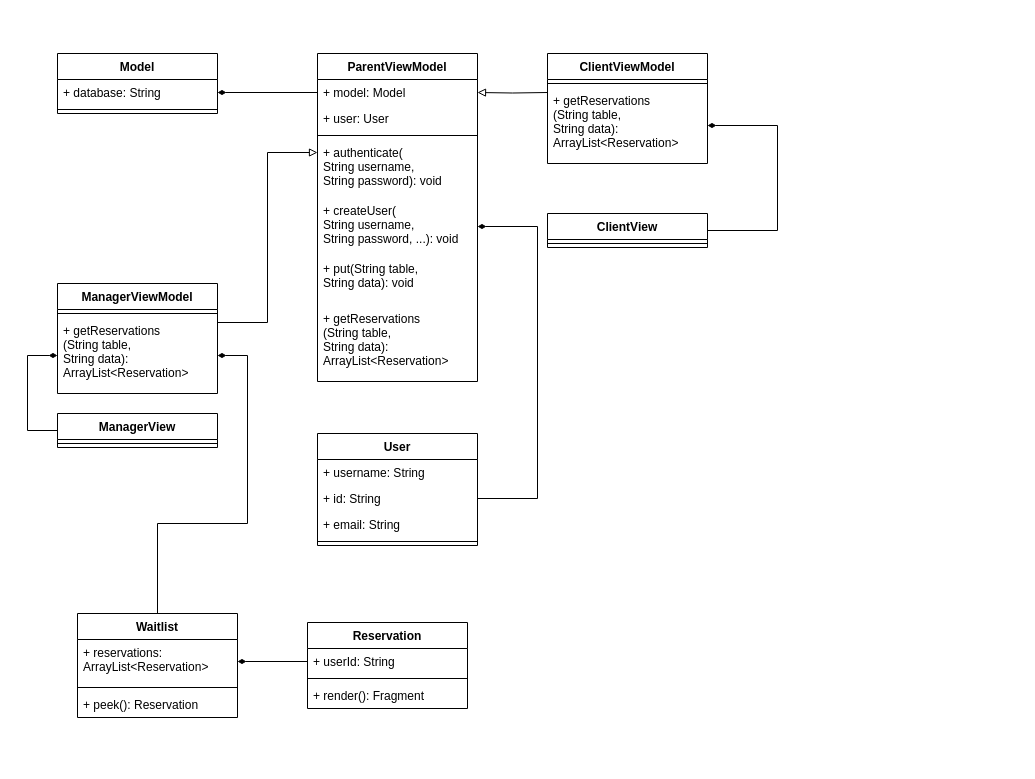
Above: docs/cs3200_p1_dax_thompson.drawio in daxinator22/cs3200_p3_dax_thompson (draw.io), before the change. Source tidied: cells renumbered, new cells numbered last; positions are measured from the earlier drawing's top-left corner, leaving out a move shared by most shapes. Both pictures are drawn from the tidied source at 100%, with x=0, y=0 at pixel (27, 53).
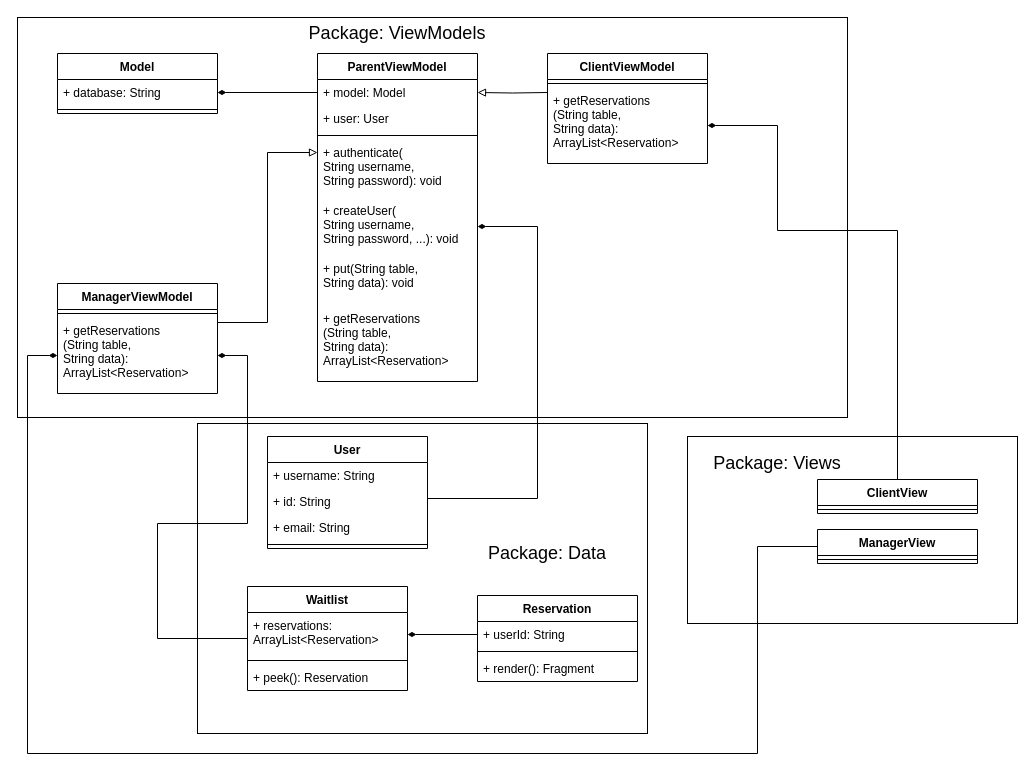
The same page after the edit.

Commit message (it also covers changes not shown here):
Adding UML and data package

The change refers to these unchanged cells:
```xml
<mxCell id="15" value="+ getReservations&#10;(String table, &#10;String data): &#10;ArrayList&lt;Reservation&gt;" style="text;strokeColor=none;fillColor=none;align=left;verticalAlign=top;spacingLeft=4;spacingRight=4;overflow=hidden;points=[[0,0.5],[1,0.5]];portConstraint=eastwest;" parent="13" vertex="1">
  <mxGeometry y="34" width="160" height="76" as="geometry" />
</mxCell>
```

Change to the diagram source:
```diff
@@
+    <mxCell id="44" style="rounded=0;whiteSpace=wrap;html=1;fontSize=18;" parent="1" vertex="1">
+      <mxGeometry x="660" y="383" width="330" height="187" as="geometry" />
+    </mxCell>
+    <mxCell id="45" style="rounded=0;whiteSpace=wrap;html=1;" parent="1" vertex="1">
+      <mxGeometry x="170" y="370" width="450" height="310" as="geometry" />
+    </mxCell>
+    <mxCell id="46" style="rounded=0;whiteSpace=wrap;html=1;" parent="1" vertex="1">
+      <mxGeometry x="-10" y="-36" width="830" height="400" as="geometry" />
+    </mxCell>
@@
     <mxCell id="16" value="User" style="swimlane;fontStyle=1;align=center;verticalAlign=top;horizontal=1;startSize=26;" parent="1" vertex="1">
-      <mxGeometry x="290" y="380" width="160" height="112" as="geometry" />
+      <mxGeometry x="240" y="383" width="160" height="112" as="geometry" />
     </mxCell>
@@
     <mxCell id="22" value="Waitlist" style="swimlane;fontStyle=1;align=center;verticalAlign=top;horizontal=1;startSize=26;" parent="1" vertex="1">
-      <mxGeometry x="50" y="560" width="160" height="104" as="geometry" />
+      <mxGeometry x="220" y="533" width="160" height="104" as="geometry" />
     </mxCell>
@@
     <mxCell id="26" style="edgeStyle=orthogonalEdgeStyle;rounded=0;jettySize=auto;html=1;endArrow=diamondThin;endFill=1;entryX=0;entryY=0.5;entryDx=0;entryDy=0;" parent="1" edge="1" source="27" target="15">
       <mxGeometry relative="1" as="geometry">
         <Array as="points">
-          <mxPoint y="377" />
+          <mxPoint x="730" y="700" />
+          <mxPoint y="700" />
           <mxPoint y="302" />
         </Array>
       </mxGeometry>
     </mxCell>
     <mxCell id="27" value="ManagerView" style="swimlane;fontStyle=1;align=center;verticalAlign=top;horizontal=1;startSize=26;" parent="1" vertex="1">
-      <mxGeometry x="30" y="360" width="160" height="34" as="geometry" />
+      <mxGeometry x="790" y="476" width="160" height="34" as="geometry" />
     </mxCell>
@@
     <mxCell id="33" value="ClientView" style="swimlane;fontStyle=1;align=center;verticalAlign=top;horizontal=1;startSize=26;" parent="1" vertex="1">
-      <mxGeometry x="520" y="160" width="160" height="34" as="geometry" />
+      <mxGeometry x="790" y="426" width="160" height="34" as="geometry" />
     </mxCell>
@@
     <mxCell id="38" value="Reservation" style="swimlane;fontStyle=1;align=center;verticalAlign=top;horizontal=1;startSize=26;" parent="1" vertex="1">
-      <mxGeometry x="280" y="569" width="160" height="86" as="geometry" />
+      <mxGeometry x="450" y="542" width="160" height="86" as="geometry" />
     </mxCell>
@@
+    <mxCell id="47" value="Package: ViewModels" style="text;html=1;strokeColor=none;fillColor=none;align=center;verticalAlign=middle;whiteSpace=wrap;rounded=0;fontSize=18;" parent="1" vertex="1">
+      <mxGeometry x="280" y="-30" width="180" height="20" as="geometry" />
+    </mxCell>
+    <mxCell id="48" value="Package: Data" style="text;html=1;strokeColor=none;fillColor=none;align=center;verticalAlign=middle;whiteSpace=wrap;rounded=0;fontSize=18;fontStyle=0;" parent="1" vertex="1">
+      <mxGeometry x="430" y="490" width="180" height="20" as="geometry" />
+    </mxCell>
+    <mxCell id="49" value="Package: Views" style="text;html=1;strokeColor=none;fillColor=none;align=center;verticalAlign=middle;whiteSpace=wrap;rounded=0;fontSize=18;fontStyle=0;" parent="1" vertex="1">
+      <mxGeometry x="660" y="400" width="180" height="20" as="geometry" />
+    </mxCell>
```
